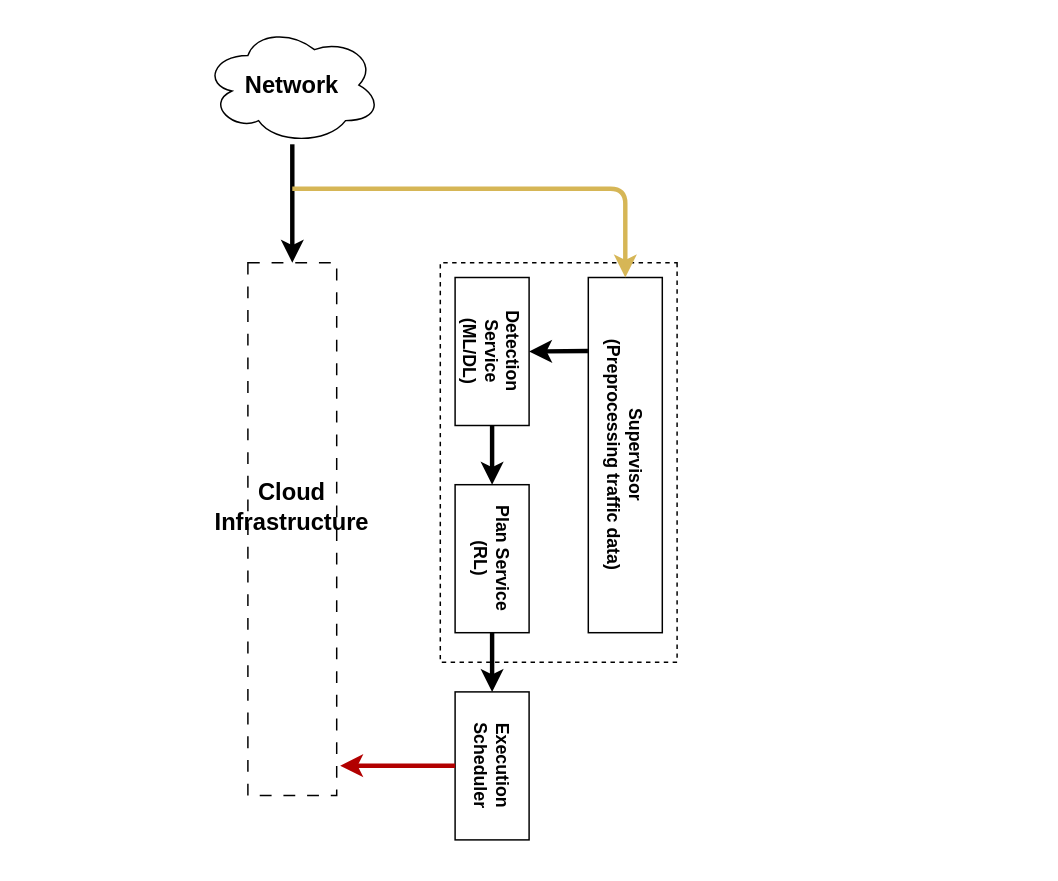
Above: page "IDS (ML/DL)" (1 of 3) of diagram.drawio in pxuanbach/Final_Project-CS2205.CH183 (draw.io), before the change. Source tidied: cells renumbered, new cells numbered last; positions are measured from the earlier drawing's top-left corner, leaving out a move shared by most shapes. Both pictures are drawn from the tidied source at 148%, with x=0, y=0 at pixel (203, 25).
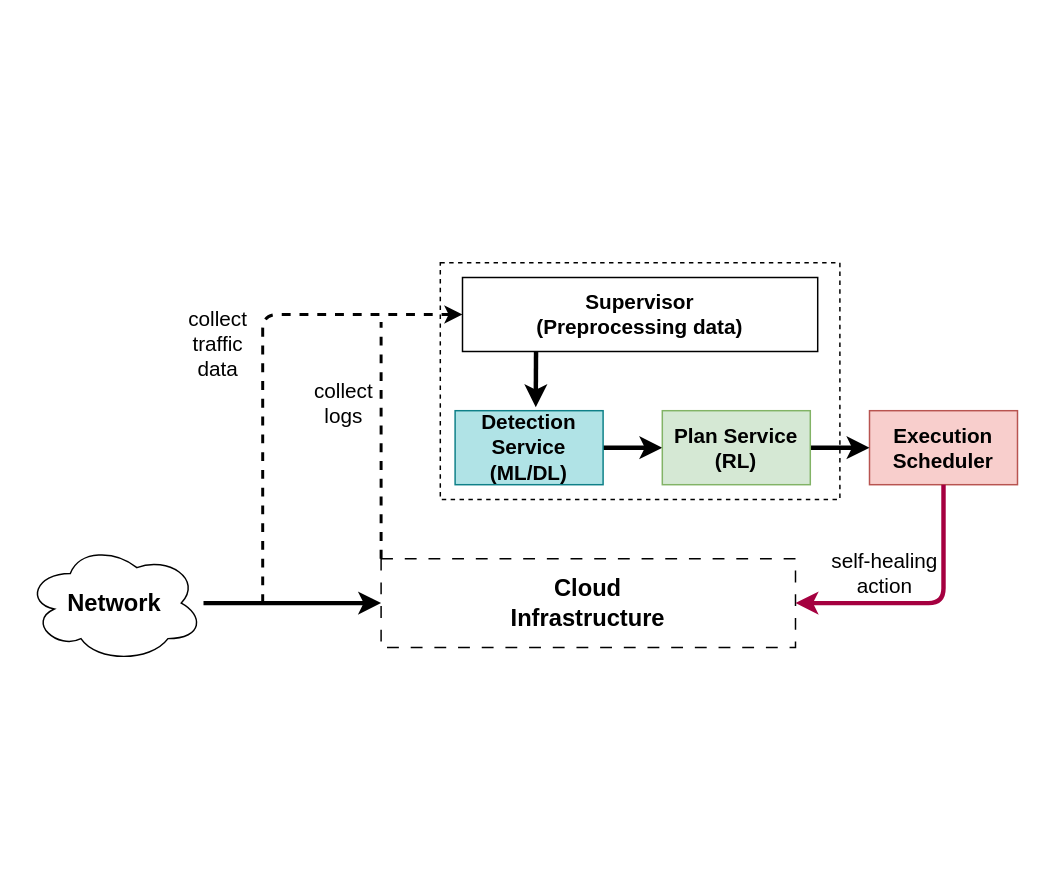
The same diagram, later.

Change to the diagram source:
```diff
@@
     <mxCell id="2" style="rounded=0;whiteSpace=wrap;html=1;fillColor=none;dashed=1;dashPattern=8 8;" parent="1" vertex="1">
-      <mxGeometry x="30" y="160" width="60" height="360" as="geometry" />
+      <mxGeometry x="120" y="360" width="280" height="60" as="geometry" />
     </mxCell>
-    <mxCell id="3" style="edgeStyle=none;html=1;strokeWidth=3;" parent="1" edge="1" source="4">
-      <mxGeometry relative="1" as="geometry">
-        <mxPoint x="60" y="160" as="targetPoint" />
-      </mxGeometry>
+    <mxCell id="3" style="edgeStyle=none;html=1;strokeWidth=3;entryX=0;entryY=0.5;entryDx=0;entryDy=0;" parent="1" edge="1" source="4" target="2">
+      <mxGeometry relative="1" as="geometry" />
     </mxCell>
     <mxCell id="4" value="Network" style="ellipse;shape=cloud;whiteSpace=wrap;html=1;fontSize=16;fontStyle=1;" parent="1" vertex="1">
-      <mxGeometry width="120" height="80" as="geometry" />
+      <mxGeometry x="-120" y="350" width="120" height="80" as="geometry" />
     </mxCell>
     <mxCell id="5" value="&lt;span style=&quot;color: rgb(0, 0, 0); font-size: 16px; font-weight: 700;&quot;&gt;Cloud Infrastructure&lt;/span&gt;" style="text;html=1;align=center;verticalAlign=middle;whiteSpace=wrap;rounded=0;" parent="1" vertex="1">
-      <mxGeometry x="30" y="300" width="60" height="50" as="geometry" />
+      <mxGeometry x="230" y="365" width="60" height="50" as="geometry" />
     </mxCell>
-    <mxCell id="6" style="group;rotation=90;" parent="1" vertex="1">
-      <mxGeometry x="40" y="280" width="400" height="160" as="geometry" />
+    <mxCell id="6" style="group;rotation=0;" parent="1" vertex="1">
+      <mxGeometry x="160" y="160" width="400" height="160" as="geometry" />
     </mxCell>
-    <mxCell id="7" style="rounded=0;whiteSpace=wrap;html=1;fillColor=none;dashed=1;rotation=90;" parent="6" vertex="1">
-      <mxGeometry x="65" y="-65" width="270" height="160" as="geometry" />
+    <mxCell id="7" style="rounded=0;whiteSpace=wrap;html=1;fillColor=none;dashed=1;rotation=0;" parent="6" vertex="1">
+      <mxGeometry width="270" height="160" as="geometry" />
     </mxCell>
-    <mxCell id="8" value="Supervisor&lt;br&gt;(Preprocessing traffic data)" style="rounded=0;whiteSpace=wrap;html=1;fontStyle=1;rotation=90;" parent="6" vertex="1">
-      <mxGeometry x="125" y="-15" width="240" height="50" as="geometry" />
+    <mxCell id="8" value="Supervisor&lt;br&gt;(Preprocessing data)" style="rounded=0;whiteSpace=wrap;html=1;fontStyle=1;rotation=0;fontSize=14;" parent="6" vertex="1">
+      <mxGeometry x="15" y="10" width="240" height="50" as="geometry" />
     </mxCell>
     <mxCell id="9" style="edgeStyle=none;html=1;entryX=0;entryY=0.5;entryDx=0;entryDy=0;strokeWidth=3;" parent="6" edge="1" source="10">
       <mxGeometry relative="1" as="geometry">
-        <mxPoint x="155" y="30" as="targetPoint" />
+        <mxPoint x="150" y="125" as="targetPoint" />
       </mxGeometry>
     </mxCell>
-    <mxCell id="10" value="Detection Service &lt;br&gt;(ML/DL)" style="rounded=0;whiteSpace=wrap;html=1;fontStyle=1;rotation=90;" parent="6" vertex="1">
-      <mxGeometry x="105" y="-85" width="100" height="50" as="geometry" />
+    <mxCell id="10" value="Detection Service &lt;br&gt;(ML/DL)" style="rounded=0;whiteSpace=wrap;html=1;fontStyle=1;rotation=0;fontSize=14;fillColor=#b0e3e6;strokeColor=#0e8088;" parent="6" vertex="1">
+      <mxGeometry x="10" y="100" width="100" height="50" as="geometry" />
     </mxCell>
-    <mxCell id="11" style="endArrow=classic;html=1;entryX=0.5;entryY=0;entryDx=0;entryDy=0;exitX=0.207;exitY=1.005;exitDx=0;exitDy=0;exitPerimeter=0;strokeWidth=3;" parent="6" edge="1" source="8" target="10">
+    <mxCell id="11" style="endArrow=classic;html=1;entryX=0.545;entryY=-0.046;entryDx=0;entryDy=0;exitX=0.207;exitY=1.005;exitDx=0;exitDy=0;exitPerimeter=0;strokeWidth=3;entryPerimeter=0;" parent="6" edge="1" source="8" target="10">
       <mxGeometry relative="1" as="geometry" />
     </mxCell>
-    <mxCell id="12" value="Execution Scheduler" style="rounded=0;whiteSpace=wrap;html=1;fontStyle=1;rotation=90;" parent="6" vertex="1">
-      <mxGeometry x="105" y="195" width="100" height="50" as="geometry" />
+    <mxCell id="12" value="Execution Scheduler" style="rounded=0;whiteSpace=wrap;html=1;fontStyle=1;rotation=0;fontSize=14;fillColor=#f8cecc;strokeColor=#b85450;" parent="6" vertex="1">
+      <mxGeometry x="290" y="100" width="100" height="50" as="geometry" />
     </mxCell>
@@
-    <mxCell id="14" value="Plan Service&lt;br&gt;(RL)" style="rounded=0;whiteSpace=wrap;html=1;fontStyle=1;rotation=90;" parent="6" vertex="1">
-      <mxGeometry x="105" y="55" width="100" height="50" as="geometry" />
+    <mxCell id="14" value="Plan Service&lt;br&gt;(RL)" style="rounded=0;whiteSpace=wrap;html=1;fontStyle=1;rotation=0;fontSize=14;fillColor=#d5e8d4;strokeColor=#82b366;" parent="6" vertex="1">
+      <mxGeometry x="150" y="100" width="100" height="50" as="geometry" />
     </mxCell>
-    <mxCell id="15" style="endArrow=classic;html=1;entryX=0;entryY=0.5;entryDx=0;entryDy=0;strokeWidth=3;fillColor=#fff2cc;strokeColor=#d6b656;gradientColor=#ffd966;" parent="1" edge="1" target="8">
-      <mxGeometry relative="1" as="geometry">
-        <mxPoint x="60" y="110" as="sourcePoint" />
-        <Array as="points">
-          <mxPoint x="285" y="110" />
-        </Array>
-      </mxGeometry>
-    </mxCell>
+    <mxCell id="17" style="endArrow=classic;html=1;entryX=0;entryY=0.5;entryDx=0;entryDy=0;strokeWidth=2;dashed=1;" parent="1" edge="1" target="8">
+      <mxGeometry relative="1" as="geometry">
+        <mxPoint x="40" y="390" as="sourcePoint" />
+        <Array as="points">
+          <mxPoint x="40" y="195" />
+        </Array>
+      </mxGeometry>
+    </mxCell>
+    <mxCell id="18" value="collect&lt;div&gt;traffic&lt;/div&gt;&lt;div&gt;data&lt;/div&gt;" style="text;html=1;align=center;verticalAlign=middle;whiteSpace=wrap;rounded=0;fontSize=14;" parent="1" vertex="1">
+      <mxGeometry x="-20" y="200" width="60" height="30" as="geometry" />
+    </mxCell>
+    <mxCell id="19" style="endArrow=none;html=1;strokeWidth=2;dashed=1;" parent="1" edge="1">
+      <mxGeometry relative="1" as="geometry">
+        <mxPoint x="120" y="360" as="sourcePoint" />
+        <mxPoint x="120" y="200" as="targetPoint" />
+      </mxGeometry>
+    </mxCell>
+    <mxCell id="20" value="collect&lt;div&gt;logs&lt;/div&gt;" style="text;html=1;align=center;verticalAlign=middle;whiteSpace=wrap;rounded=0;fontSize=14;" parent="1" vertex="1">
+      <mxGeometry x="70" y="240" width="50" height="30" as="geometry" />
+    </mxCell>
-    <mxCell id="16" style="edgeStyle=none;html=1;entryX=1.039;entryY=0.944;entryDx=0;entryDy=0;strokeWidth=3;fillColor=#e51400;strokeColor=#B20000;entryPerimeter=0;" parent="1" edge="1" source="12" target="2">
-      <mxGeometry relative="1" as="geometry" />
+    <mxCell id="16" style="edgeStyle=none;html=1;entryX=1;entryY=0.5;entryDx=0;entryDy=0;strokeWidth=3;fillColor=#d80073;strokeColor=#A50040;" parent="1" edge="1" source="12" target="2">
+      <mxGeometry relative="1" as="geometry">
+        <Array as="points">
+          <mxPoint x="500" y="390" />
+        </Array>
+      </mxGeometry>
     </mxCell>
+    <mxCell id="21" value="self-healing&lt;div&gt;action&lt;/div&gt;" style="text;html=1;align=center;verticalAlign=middle;strokeColor=none;fillColor=none;fontSize=14;" parent="1" vertex="1">
+      <mxGeometry x="410" y="345" width="100" height="50" as="geometry" />
+    </mxCell>
```
